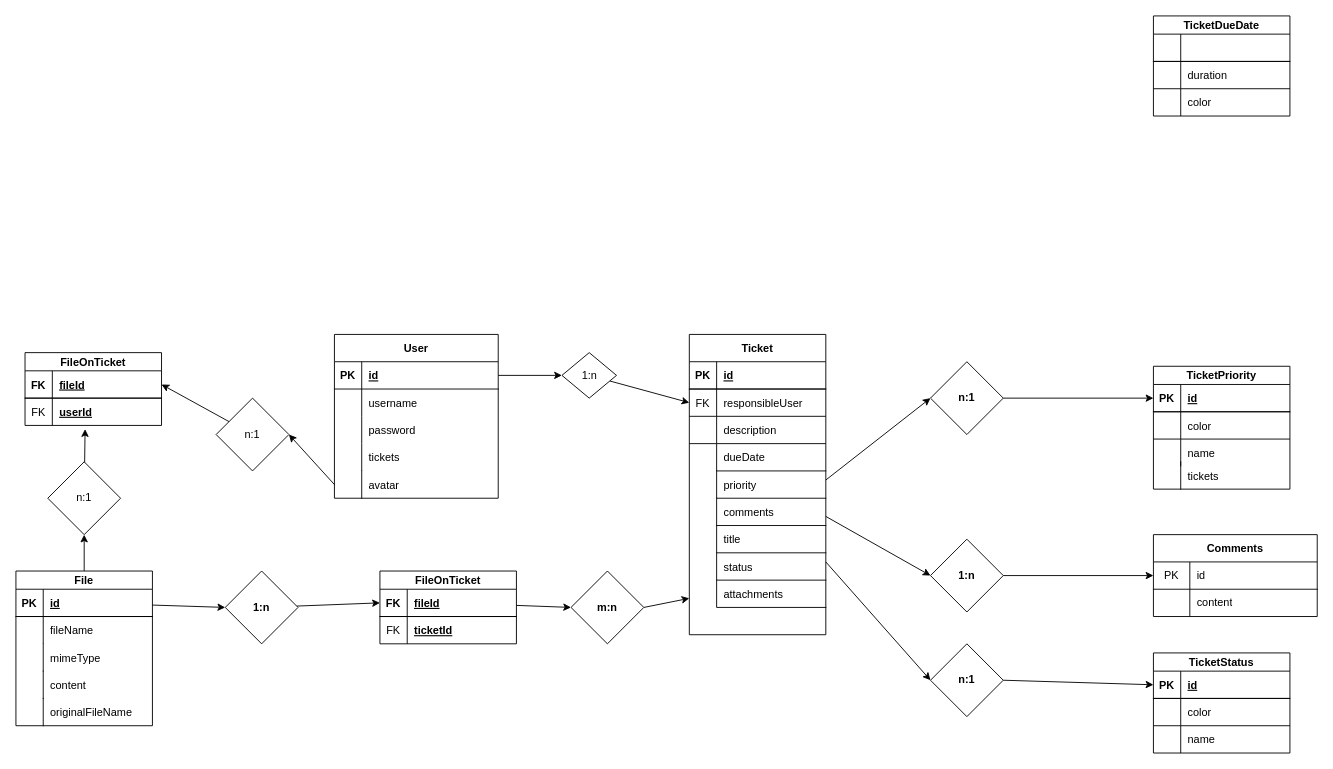
The draw.io diagram notes/erd.drawio in Dyvd4/ticketify, before the edit. Source tidied: cells renumbered, new cells numbered last; positions are measured from the earlier drawing's top-left corner, leaving out a move shared by most shapes. Both pictures are drawn from the tidied source at 91%, with x=0, y=0 at pixel (15, 15).
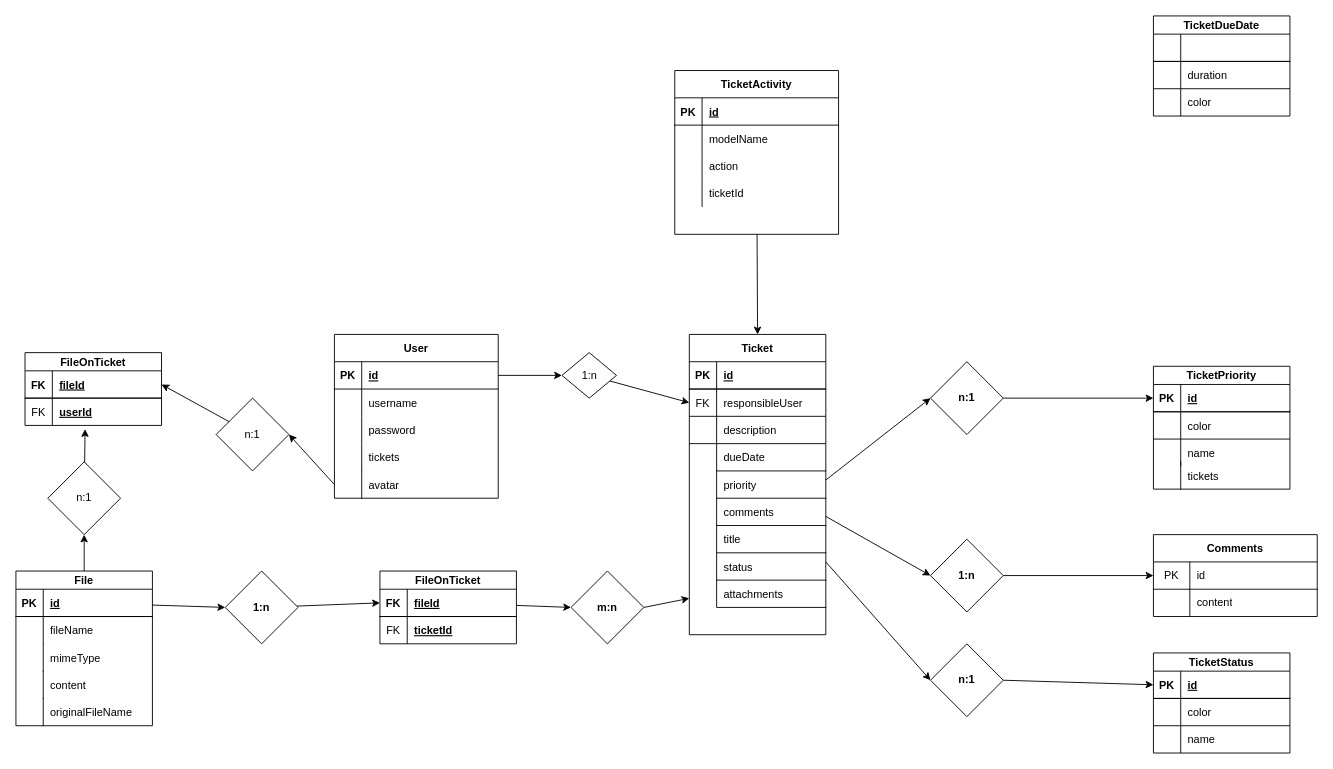
The same page after the edit.

The change refers to these unchanged cells:
```xml
<mxCell id="17" value="Ticket" style="shape=table;startSize=30;childLayout=tableLayout;rowLines=1;fontStyle=1;align=center;" parent="1" vertex="1">
  <mxGeometry x="740" y="350" width="150" height="330" as="geometry" />
</mxCell>
```

The edit, as a diff of the source:
```diff
@@
+    <mxCell id="122" style="edgeStyle=none;html=1;entryX=0.5;entryY=0;entryDx=0;entryDy=0;" parent="1" edge="1" source="123" target="17">
+      <mxGeometry relative="1" as="geometry" />
+    </mxCell>
+    <mxCell id="123" value="TicketActivity" style="shape=table;startSize=30;childLayout=tableLayout;rowLines=0;fontStyle=1;align=center;" parent="1" vertex="1">
+      <mxGeometry x="724" y="60" width="180" height="180" as="geometry" />
+    </mxCell>
+    <mxCell id="124" style="shape=partialRectangle;fillColor=none;top=0;left=0;bottom=1;right=0;" parent="123" vertex="1">
+      <mxGeometry y="30" width="180" height="30" as="geometry" />
+    </mxCell>
+    <mxCell id="125" value="PK" style="shape=partialRectangle;fillColor=none;top=0;left=0;bottom=0;right=0;fontStyle=1;overflow=hidden;" parent="124" vertex="1">
+      <mxGeometry width="30" height="30" as="geometry" />
+    </mxCell>
+    <mxCell id="126" value="id" style="shape=partialRectangle;fillColor=none;top=0;left=0;bottom=0;right=0;align=left;spacingLeft=6;fontStyle=5;overflow=hidden;" parent="124" vertex="1">
+      <mxGeometry x="30" width="150" height="30" as="geometry" />
+    </mxCell>
+    <mxCell id="127" style="shape=partialRectangle;fillColor=none;top=0;left=0;bottom=0;right=0;" parent="123" vertex="1">
+      <mxGeometry y="60" width="180" height="30" as="geometry" />
+    </mxCell>
+    <mxCell id="128" style="shape=partialRectangle;fillColor=none;top=0;left=0;bottom=0;right=0;overflow=hidden;" parent="127" vertex="1">
+      <mxGeometry width="30" height="30" as="geometry" />
+    </mxCell>
+    <mxCell id="129" value="modelName" style="shape=partialRectangle;fillColor=none;top=0;left=0;bottom=0;right=0;align=left;spacingLeft=6;overflow=hidden;" parent="127" vertex="1">
+      <mxGeometry x="30" width="150" height="30" as="geometry" />
+    </mxCell>
+    <mxCell id="130" style="shape=partialRectangle;fillColor=none;top=0;left=0;bottom=0;right=0;" parent="123" vertex="1">
+      <mxGeometry y="90" width="180" height="30" as="geometry" />
+    </mxCell>
+    <mxCell id="131" style="shape=partialRectangle;fillColor=none;top=0;left=0;bottom=0;right=0;overflow=hidden;" parent="130" vertex="1">
+      <mxGeometry width="30" height="30" as="geometry" />
+    </mxCell>
+    <mxCell id="132" value="action" style="shape=partialRectangle;fillColor=none;top=0;left=0;bottom=0;right=0;align=left;spacingLeft=6;overflow=hidden;" parent="130" vertex="1">
+      <mxGeometry x="30" width="150" height="30" as="geometry" />
+    </mxCell>
+    <mxCell id="133" style="shape=partialRectangle;fillColor=none;top=0;left=0;bottom=0;right=0;" parent="123" vertex="1">
+      <mxGeometry y="120" width="180" height="30" as="geometry" />
+    </mxCell>
+    <mxCell id="134" style="shape=partialRectangle;fillColor=none;top=0;left=0;bottom=0;right=0;overflow=hidden;" parent="133" vertex="1">
+      <mxGeometry width="30" height="30" as="geometry" />
+    </mxCell>
+    <mxCell id="135" value="ticketId" style="shape=partialRectangle;fillColor=none;top=0;left=0;bottom=0;right=0;align=left;spacingLeft=6;overflow=hidden;" parent="133" vertex="1">
+      <mxGeometry x="30" width="150" height="30" as="geometry" />
+    </mxCell>
```
